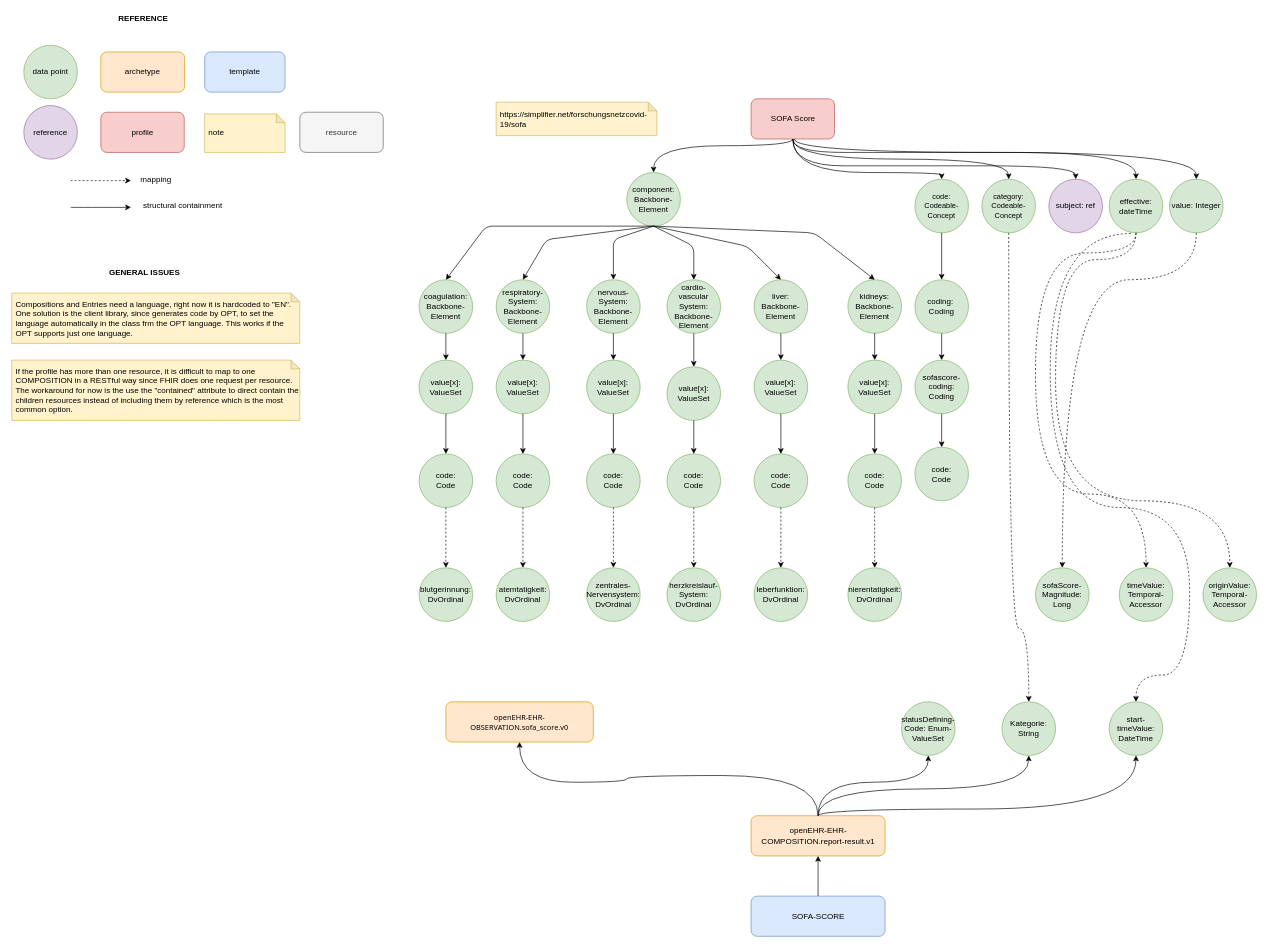
This is SOFAScore.drawio from jsachau/fhir-bridge-documentation, a draw.io file, before an edit. Source tidied: cells renumbered, new cells numbered last; positions are measured from the earlier drawing's top-left corner, leaving out a move shared by most shapes. Both pictures are drawn from the tidied source at 67%, with x=0, y=0 at pixel (11, 11).
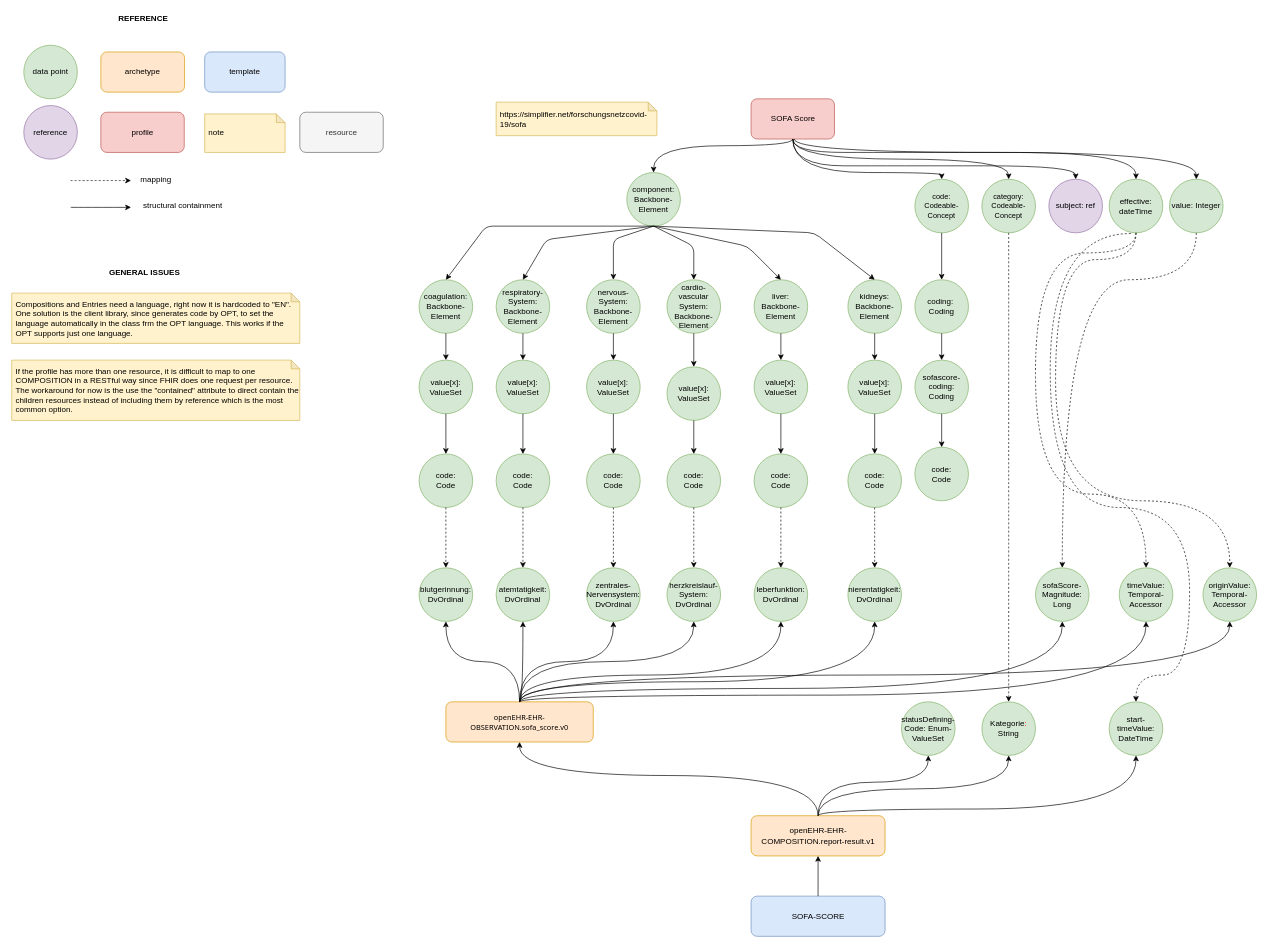
Above is the later version.

Unchanged cells that the change refers to:
```xml
<mxCell id="30" value="timeValue:&lt;br&gt;Temporal-&lt;br&gt;Accessor" style="ellipse;whiteSpace=wrap;html=1;fillColor=#d5e8d4;strokeColor=#82b366;" parent="1" vertex="1">
  <mxGeometry x="1653" y="830" width="80" height="80" as="geometry" />
</mxCell>
<mxCell id="77" value="&lt;div class=&quot;cm-node-details-value cm-node-details-arch-id&quot;&gt;openEHR-EHR-COMPOSITION.report-result.v1&lt;/div&gt;" style="rounded=1;whiteSpace=wrap;html=1;fillColor=#ffe6cc;strokeColor=#d79b00;" parent="1" vertex="1">
  <mxGeometry x="1103.5" y="1200" width="200" height="60" as="geometry" />
</mxCell>
<mxCell id="79" value="&lt;div class=&quot;cm-node-details-value cm-node-details-arch-id&quot;&gt;&lt;span style=&quot;font-family: &amp;#34;tahoma&amp;#34; , &amp;#34;arial&amp;#34; , &amp;#34;helvetica&amp;#34; , sans-serif ; font-size: 11px&quot;&gt;openEHR-EHR-OBSERVATION.sofa_score.v0&lt;/span&gt;&lt;br&gt;&lt;/div&gt;" style="rounded=1;whiteSpace=wrap;html=1;fillColor=#ffe6cc;strokeColor=#d79b00;" parent="1" vertex="1">
  <mxGeometry x="648" y="1030" width="220" height="60" as="geometry" />
</mxCell>
<mxCell id="87" value="blutgerinnung:&lt;br&gt;DvOrdinal" style="ellipse;whiteSpace=wrap;html=1;fillColor=#d5e8d4;strokeColor=#82b366;" parent="1" vertex="1">
  <mxGeometry x="608" y="830" width="80" height="80" as="geometry" />
</mxCell>
<mxCell id="89" value="atemtatigkeit:&lt;br&gt;DvOrdinal" style="ellipse;whiteSpace=wrap;html=1;fillColor=#d5e8d4;strokeColor=#82b366;" parent="1" vertex="1">
  <mxGeometry x="723" y="830" width="80" height="80" as="geometry" />
</mxCell>
<mxCell id="91" value="zentrales-Nervensystem:&lt;br&gt;DvOrdinal" style="ellipse;whiteSpace=wrap;html=1;fillColor=#d5e8d4;strokeColor=#82b366;" parent="1" vertex="1">
  <mxGeometry x="858" y="830" width="80" height="80" as="geometry" />
</mxCell>
<mxCell id="93" value="herzkreislauf-System:&lt;br&gt;DvOrdinal" style="ellipse;whiteSpace=wrap;html=1;fillColor=#d5e8d4;strokeColor=#82b366;" parent="1" vertex="1">
  <mxGeometry x="978" y="830" width="80" height="80" as="geometry" />
</mxCell>
<mxCell id="95" value="leberfunktion:&lt;br&gt;DvOrdinal" style="ellipse;whiteSpace=wrap;html=1;fillColor=#d5e8d4;strokeColor=#82b366;" parent="1" vertex="1">
  <mxGeometry x="1108" y="830" width="80" height="80" as="geometry" />
</mxCell>
<mxCell id="97" value="nierentatigkeit:&lt;br&gt;DvOrdinal" style="ellipse;whiteSpace=wrap;html=1;fillColor=#d5e8d4;strokeColor=#82b366;" parent="1" vertex="1">
  <mxGeometry x="1248" y="830" width="80" height="80" as="geometry" />
</mxCell>
<mxCell id="99" value="sofaScore-&lt;br&gt;Magnitude:&lt;br&gt;Long" style="ellipse;whiteSpace=wrap;html=1;fillColor=#d5e8d4;strokeColor=#82b366;" parent="1" vertex="1">
  <mxGeometry x="1528" y="830" width="80" height="80" as="geometry" />
</mxCell>
<mxCell id="100" value="originValue:&lt;br&gt;Temporal-&lt;br&gt;Accessor" style="ellipse;whiteSpace=wrap;html=1;fillColor=#d5e8d4;strokeColor=#82b366;" parent="1" vertex="1">
  <mxGeometry x="1778" y="830" width="80" height="80" as="geometry" />
</mxCell>
<mxCell id="101" value="&lt;font style=&quot;font-size: 11.000000953674316px&quot;&gt;category:&lt;br&gt;Codeable-&lt;br&gt;Concept&lt;/font&gt;" style="ellipse;whiteSpace=wrap;html=1;fillColor=#d5e8d4;strokeColor=#82b366;" parent="1" vertex="1">
  <mxGeometry x="1448" y="250" width="80" height="80" as="geometry" />
</mxCell>
```

The edit, as a diff of the source:
```diff
@@
     <mxCell id="81" value="&lt;span&gt;Kategorie&lt;font color=&quot;#ff0000&quot;&gt;:&lt;/font&gt;&lt;br&gt;&lt;/span&gt;String" style="ellipse;whiteSpace=wrap;html=1;fillColor=#d5e8d4;strokeColor=#82b366;" parent="1" vertex="1">
-      <mxGeometry x="1478" y="1030" width="80" height="80" as="geometry" />
+      <mxGeometry x="1448" y="1030" width="80" height="80" as="geometry" />
     </mxCell>
@@
     <mxCell id="83" style="edgeStyle=orthogonalEdgeStyle;curved=1;jettySize=auto;html=1;exitX=0.5;exitY=0;exitDx=0;exitDy=0;strokeColor=#000000;entryX=0.5;entryY=1;entryDx=0;entryDy=0;" parent="1" edge="1" source="77" target="79">
       <mxGeometry relative="1" as="geometry">
         <Array as="points">
           <mxPoint x="1204" y="1140" />
-          <mxPoint x="918" y="1140" />
-          <mxPoint x="918" y="1150" />
-          <mxPoint x="758" y="1150" />
+          <mxPoint x="758" y="1140" />
         </Array>
       </mxGeometry>
     </mxCell>
@@
     <mxCell id="85" style="edgeStyle=orthogonalEdgeStyle;curved=1;jettySize=auto;html=1;exitX=0.5;exitY=0;exitDx=0;exitDy=0;strokeColor=#000000;entryX=0.5;entryY=1;entryDx=0;entryDy=0;" parent="1" edge="1" source="77" target="81">
       <mxGeometry relative="1" as="geometry">
         <Array as="points">
-          <mxPoint x="1203" y="1160" />
-          <mxPoint x="1518" y="1160" />
+          <mxPoint x="1204" y="1160" />
+          <mxPoint x="1488" y="1160" />
         </Array>
       </mxGeometry>
     </mxCell>
@@
     <mxCell id="103" style="edgeStyle=orthogonalEdgeStyle;curved=1;jettySize=auto;html=1;exitX=0.5;exitY=1;exitDx=0;exitDy=0;dashed=1;entryX=0.5;entryY=0;entryDx=0;entryDy=0;" parent="1" edge="1" source="101" target="81">
       <mxGeometry relative="1" as="geometry">
         <Array as="points">
-          <mxPoint x="1488" y="920" />
-          <mxPoint x="1518" y="920" />
+          <mxPoint x="1488" y="930" />
+          <mxPoint x="1488" y="930" />
         </Array>
       </mxGeometry>
     </mxCell>
+    <mxCell id="104" style="edgeStyle=orthogonalEdgeStyle;curved=1;jettySize=auto;html=1;exitX=0.5;exitY=0;exitDx=0;exitDy=0;strokeColor=#000000;entryX=0.5;entryY=1;entryDx=0;entryDy=0;" parent="1" edge="1" source="79" target="91">
+      <mxGeometry relative="1" as="geometry">
+        <Array as="points">
+          <mxPoint x="758" y="970" />
+          <mxPoint x="898" y="970" />
+        </Array>
+      </mxGeometry>
+    </mxCell>
+    <mxCell id="105" style="edgeStyle=orthogonalEdgeStyle;curved=1;jettySize=auto;html=1;exitX=0.5;exitY=0;exitDx=0;exitDy=0;strokeColor=#000000;entryX=0.5;entryY=1;entryDx=0;entryDy=0;" parent="1" edge="1" source="79" target="93">
+      <mxGeometry relative="1" as="geometry">
+        <Array as="points">
+          <mxPoint x="758" y="970" />
+          <mxPoint x="1018" y="970" />
+        </Array>
+      </mxGeometry>
+    </mxCell>
+    <mxCell id="106" style="edgeStyle=orthogonalEdgeStyle;curved=1;jettySize=auto;html=1;exitX=0.5;exitY=0;exitDx=0;exitDy=0;strokeColor=#000000;entryX=0.5;entryY=1;entryDx=0;entryDy=0;" parent="1" edge="1" source="79" target="95">
+      <mxGeometry relative="1" as="geometry">
+        <Array as="points">
+          <mxPoint x="758" y="990" />
+          <mxPoint x="1148" y="990" />
+        </Array>
+      </mxGeometry>
+    </mxCell>
+    <mxCell id="107" style="edgeStyle=orthogonalEdgeStyle;curved=1;jettySize=auto;html=1;exitX=0.5;exitY=0;exitDx=0;exitDy=0;strokeColor=#000000;entryX=0.5;entryY=1;entryDx=0;entryDy=0;" parent="1" edge="1" source="79" target="97">
+      <mxGeometry relative="1" as="geometry">
+        <Array as="points">
+          <mxPoint x="758" y="1000" />
+          <mxPoint x="1288" y="1000" />
+        </Array>
+      </mxGeometry>
+    </mxCell>
+    <mxCell id="108" style="edgeStyle=orthogonalEdgeStyle;curved=1;jettySize=auto;html=1;exitX=0.5;exitY=0;exitDx=0;exitDy=0;strokeColor=#000000;entryX=0.5;entryY=1;entryDx=0;entryDy=0;" parent="1" edge="1" source="79" target="87">
+      <mxGeometry relative="1" as="geometry">
+        <Array as="points">
+          <mxPoint x="758" y="970" />
+          <mxPoint x="648" y="970" />
+        </Array>
+      </mxGeometry>
+    </mxCell>
+    <mxCell id="109" style="edgeStyle=orthogonalEdgeStyle;curved=1;jettySize=auto;html=1;strokeColor=#000000;entryX=0.5;entryY=1;entryDx=0;entryDy=0;exitX=0.5;exitY=0;exitDx=0;exitDy=0;" parent="1" edge="1" source="79" target="89">
+      <mxGeometry relative="1" as="geometry">
+        <Array as="points">
+          <mxPoint x="763" y="1030" />
+        </Array>
+      </mxGeometry>
+    </mxCell>
+    <mxCell id="110" style="edgeStyle=orthogonalEdgeStyle;curved=1;jettySize=auto;html=1;exitX=0.5;exitY=0;exitDx=0;exitDy=0;strokeColor=#000000;entryX=0.5;entryY=1;entryDx=0;entryDy=0;" parent="1" edge="1" source="79" target="99">
+      <mxGeometry relative="1" as="geometry">
+        <Array as="points">
+          <mxPoint x="758" y="1010" />
+          <mxPoint x="1568" y="1010" />
+        </Array>
+      </mxGeometry>
+    </mxCell>
+    <mxCell id="111" style="edgeStyle=orthogonalEdgeStyle;curved=1;jettySize=auto;html=1;exitX=0.5;exitY=0;exitDx=0;exitDy=0;strokeColor=#000000;entryX=0.5;entryY=1;entryDx=0;entryDy=0;" parent="1" edge="1" source="79" target="30">
+      <mxGeometry relative="1" as="geometry">
+        <Array as="points">
+          <mxPoint x="758" y="1020" />
+          <mxPoint x="1693" y="1020" />
+        </Array>
+      </mxGeometry>
+    </mxCell>
+    <mxCell id="112" style="edgeStyle=orthogonalEdgeStyle;curved=1;jettySize=auto;html=1;exitX=0.5;exitY=0;exitDx=0;exitDy=0;strokeColor=#000000;entryX=0.5;entryY=1;entryDx=0;entryDy=0;" parent="1" edge="1" source="79" target="100">
+      <mxGeometry relative="1" as="geometry">
+        <Array as="points">
+          <mxPoint x="758" y="990" />
+          <mxPoint x="1818" y="990" />
+        </Array>
+      </mxGeometry>
+    </mxCell>
```
